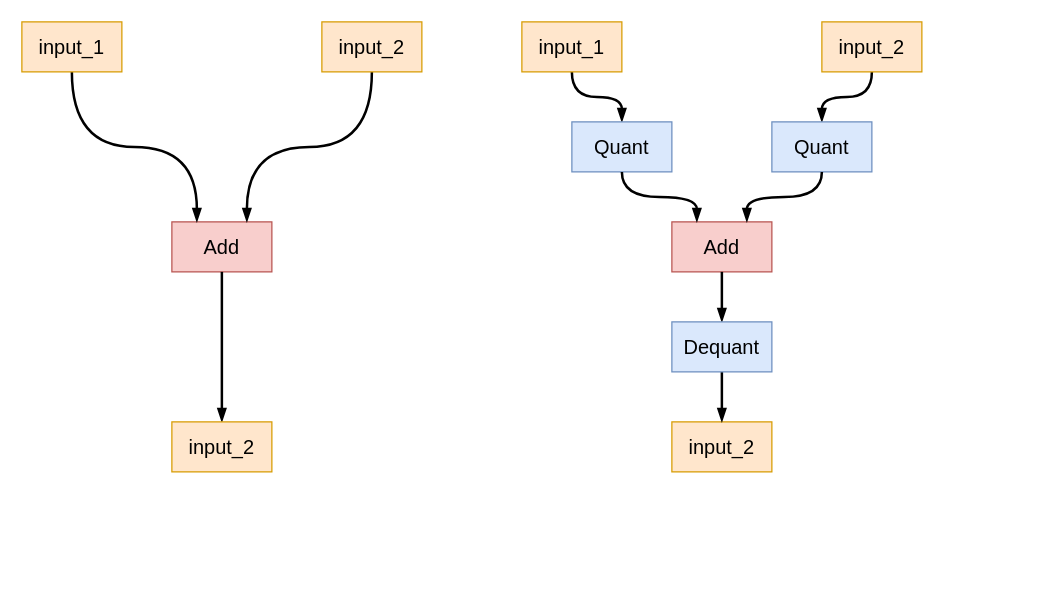
hoangtv2000/document-collection keeps this draw.io diagram as Q.drawio. Above is the earlier version. Source tidied: cells renumbered, new cells numbered last; positions are measured from the earlier drawing's top-left corner, leaving out a move shared by most shapes. Both pictures are drawn from the tidied source at 125%, with x=0, y=0 at pixel (21, 21).
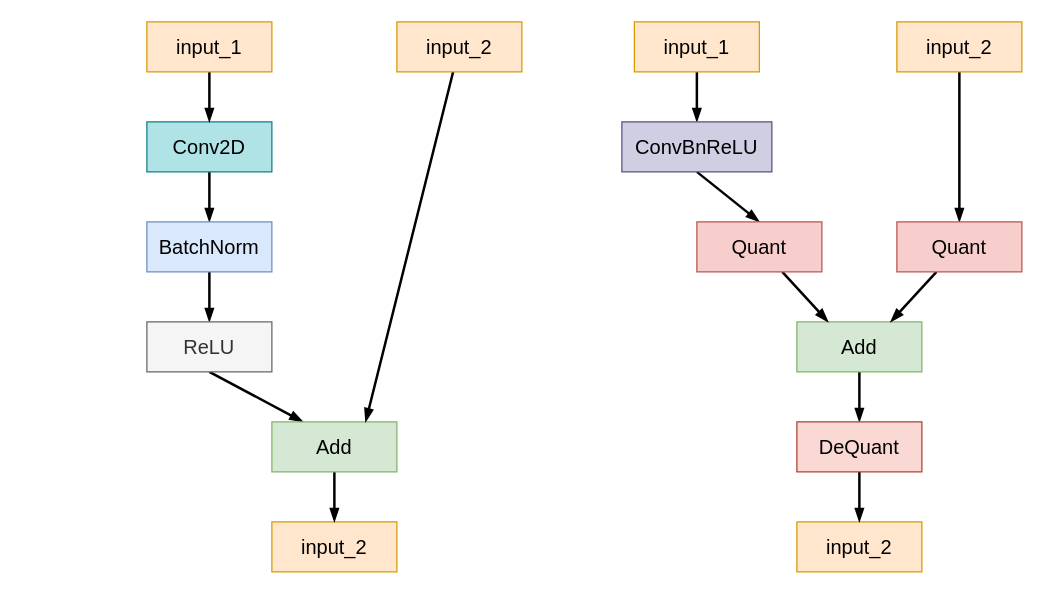
The same diagram, later.

Commit message:
Cập nhật Q.drawio

The edit, as a diff of the source:
```diff
@@
+    <mxCell id="22" style="rounded=0;jettySize=auto;html=1;entryX=0.5;entryY=0;entryDx=0;entryDy=0;strokeWidth=2;endArrow=blockThin;endFill=1;" parent="1" edge="1" source="2" target="24">
+      <mxGeometry relative="1" as="geometry" />
+    </mxCell>
-    <mxCell id="2" value="&lt;font style=&quot;font-size: 16px;&quot;&gt;Add&lt;/font&gt;" style="rounded=0;whiteSpace=wrap;html=1;fillColor=#f8cecc;strokeColor=#b85450;" parent="1" vertex="1">
-      <mxGeometry x="120" y="160" width="80" height="40" as="geometry" />
+    <mxCell id="2" value="&lt;font style=&quot;font-size: 16px;&quot;&gt;Conv2D&lt;/font&gt;" style="rounded=0;whiteSpace=wrap;html=1;fillColor=#b0e3e6;strokeColor=#0e8088;" parent="1" vertex="1">
+      <mxGeometry x="100" y="80" width="100" height="40" as="geometry" />
     </mxCell>
-    <mxCell id="3" style="endArrow=blockThin;html=1;rounded=0;edgeStyle=orthogonalEdgeStyle;curved=1;strokeWidth=2;endFill=1;entryX=0.25;entryY=0;entryDx=0;entryDy=0;exitX=0.5;exitY=1;exitDx=0;exitDy=0;" parent="1" edge="1" source="5" target="2">
+    <mxCell id="3" style="endArrow=blockThin;html=1;rounded=0;strokeWidth=2;endFill=1;entryX=0.5;entryY=0;entryDx=0;entryDy=0;exitX=0.5;exitY=1;exitDx=0;exitDy=0;" parent="1" edge="1" source="5" target="2">
       <mxGeometry relative="1" as="geometry" />
     </mxCell>
-    <mxCell id="4" style="endArrow=blockThin;html=1;rounded=0;edgeStyle=orthogonalEdgeStyle;curved=1;strokeWidth=2;endFill=1;entryX=0.75;entryY=0;entryDx=0;entryDy=0;exitX=0.5;exitY=1;exitDx=0;exitDy=0;" parent="1" edge="1" source="6" target="2">
-      <mxGeometry relative="1" as="geometry" />
-    </mxCell>
     <mxCell id="5" value="&lt;font style=&quot;font-size: 16px;&quot;&gt;input_1&lt;/font&gt;" style="rounded=0;whiteSpace=wrap;html=1;fillColor=#ffe6cc;strokeColor=#d79b00;" parent="1" vertex="1">
-      <mxGeometry width="80" height="40" as="geometry" />
+      <mxGeometry x="100" width="100" height="40" as="geometry" />
     </mxCell>
     <mxCell id="6" value="&lt;span style=&quot;font-size: 16px;&quot;&gt;input_2&lt;/span&gt;" style="rounded=0;whiteSpace=wrap;html=1;fillColor=#ffe6cc;strokeColor=#d79b00;" parent="1" vertex="1">
-      <mxGeometry x="240" width="80" height="40" as="geometry" />
+      <mxGeometry x="200" y="400" width="100" height="40" as="geometry" />
     </mxCell>
-    <mxCell id="7" style="endArrow=blockThin;html=1;rounded=0;edgeStyle=orthogonalEdgeStyle;curved=1;strokeWidth=2;endFill=1;exitX=0.5;exitY=1;exitDx=0;exitDy=0;entryX=0.5;entryY=0;entryDx=0;entryDy=0;" parent="1" edge="1" source="2" target="8">
-      <mxGeometry relative="1" as="geometry" />
-    </mxCell>
-    <mxCell id="8" value="&lt;span style=&quot;font-size: 16px;&quot;&gt;input_2&lt;/span&gt;" style="rounded=0;whiteSpace=wrap;html=1;fillColor=#ffe6cc;strokeColor=#d79b00;" parent="1" vertex="1">
-      <mxGeometry x="120" y="320" width="80" height="40" as="geometry" />
-    </mxCell>
-    <mxCell id="9" value="&lt;font style=&quot;font-size: 16px;&quot;&gt;Add&lt;/font&gt;" style="rounded=0;whiteSpace=wrap;html=1;fillColor=#f8cecc;strokeColor=#b85450;" parent="1" vertex="1">
-      <mxGeometry x="520" y="160" width="80" height="40" as="geometry" />
-    </mxCell>
-    <mxCell id="10" style="endArrow=blockThin;html=1;rounded=0;edgeStyle=orthogonalEdgeStyle;curved=1;strokeWidth=2;endFill=1;exitX=0.5;exitY=1;exitDx=0;exitDy=0;" parent="1" edge="1" source="12" target="16">
-      <mxGeometry relative="1" as="geometry" />
-    </mxCell>
-    <mxCell id="11" style="endArrow=blockThin;html=1;rounded=0;edgeStyle=orthogonalEdgeStyle;curved=1;strokeWidth=2;endFill=1;entryX=0.5;entryY=0;entryDx=0;entryDy=0;exitX=0.5;exitY=1;exitDx=0;exitDy=0;" parent="1" edge="1" source="13" target="18">
-      <mxGeometry relative="1" as="geometry" />
-    </mxCell>
+    <mxCell id="23" style="edgeStyle=none;shape=connector;rounded=0;jettySize=auto;html=1;entryX=0.5;entryY=0;entryDx=0;entryDy=0;strokeColor=default;strokeWidth=2;align=center;verticalAlign=middle;fontFamily=Helvetica;fontSize=11;fontColor=default;labelBackgroundColor=default;endArrow=blockThin;endFill=1;" parent="1" edge="1" source="24" target="26">
+      <mxGeometry relative="1" as="geometry" />
+    </mxCell>
+    <mxCell id="24" value="&lt;span style=&quot;font-size: 16px;&quot;&gt;BatchNorm&lt;/span&gt;" style="rounded=0;whiteSpace=wrap;html=1;fillColor=#dae8fc;strokeColor=#6c8ebf;" parent="1" vertex="1">
+      <mxGeometry x="100" y="160" width="100" height="40" as="geometry" />
+    </mxCell>
+    <mxCell id="25" style="shape=connector;rounded=0;jettySize=auto;html=1;exitX=0.5;exitY=1;exitDx=0;exitDy=0;entryX=0.25;entryY=0;entryDx=0;entryDy=0;strokeColor=default;strokeWidth=2;align=center;verticalAlign=middle;fontFamily=Helvetica;fontSize=11;fontColor=default;labelBackgroundColor=default;endArrow=blockThin;endFill=1;" parent="1" edge="1" source="26" target="28">
+      <mxGeometry relative="1" as="geometry" />
+    </mxCell>
+    <mxCell id="26" value="&lt;span style=&quot;font-size: 16px;&quot;&gt;ReLU&lt;/span&gt;" style="rounded=0;whiteSpace=wrap;html=1;fillColor=#f5f5f5;strokeColor=#666666;fontColor=#333333;" parent="1" vertex="1">
+      <mxGeometry x="100" y="240" width="100" height="40" as="geometry" />
+    </mxCell>
+    <mxCell id="27" style="edgeStyle=none;shape=connector;rounded=0;jettySize=auto;html=1;entryX=0.5;entryY=0;entryDx=0;entryDy=0;strokeColor=default;strokeWidth=2;align=center;verticalAlign=middle;fontFamily=Helvetica;fontSize=11;fontColor=default;labelBackgroundColor=default;endArrow=blockThin;endFill=1;" parent="1" edge="1" source="28" target="6">
+      <mxGeometry relative="1" as="geometry" />
+    </mxCell>
+    <mxCell id="28" value="&lt;font style=&quot;font-size: 16px;&quot;&gt;Add&lt;/font&gt;" style="rounded=0;whiteSpace=wrap;html=1;fillColor=#d5e8d4;strokeColor=#82b366;" parent="1" vertex="1">
+      <mxGeometry x="200" y="320" width="100" height="40" as="geometry" />
+    </mxCell>
+    <mxCell id="29" style="shape=connector;rounded=0;jettySize=auto;html=1;entryX=0.75;entryY=0;entryDx=0;entryDy=0;strokeColor=default;strokeWidth=2;align=center;verticalAlign=middle;fontFamily=Helvetica;fontSize=11;fontColor=default;labelBackgroundColor=default;endArrow=blockThin;endFill=1;elbow=vertical;" parent="1" edge="1" source="30" target="28">
+      <mxGeometry relative="1" as="geometry" />
+    </mxCell>
+    <mxCell id="30" value="&lt;span style=&quot;font-size: 16px;&quot;&gt;input_2&lt;/span&gt;" style="rounded=0;whiteSpace=wrap;html=1;fillColor=#ffe6cc;strokeColor=#d79b00;" parent="1" vertex="1">
+      <mxGeometry x="300" width="100" height="40" as="geometry" />
+    </mxCell>
+    <mxCell id="31" style="endArrow=blockThin;html=1;rounded=0;strokeWidth=2;endFill=1;entryX=0.5;entryY=0;entryDx=0;entryDy=0;exitX=0.5;exitY=1;exitDx=0;exitDy=0;" parent="1" edge="1" source="12" target="34">
+      <mxGeometry relative="1" as="geometry" />
+    </mxCell>
     <mxCell id="12" value="&lt;font style=&quot;font-size: 16px;&quot;&gt;input_1&lt;/font&gt;" style="rounded=0;whiteSpace=wrap;html=1;fillColor=#ffe6cc;strokeColor=#d79b00;" parent="1" vertex="1">
-      <mxGeometry x="400" width="80" height="40" as="geometry" />
+      <mxGeometry x="490" width="100" height="40" as="geometry" />
     </mxCell>
-    <mxCell id="13" value="&lt;span style=&quot;font-size: 16px;&quot;&gt;input_2&lt;/span&gt;" style="rounded=0;whiteSpace=wrap;html=1;fillColor=#ffe6cc;strokeColor=#d79b00;" parent="1" vertex="1">
-      <mxGeometry x="640" width="80" height="40" as="geometry" />
-    </mxCell>
-    <mxCell id="14" style="endArrow=blockThin;html=1;rounded=0;edgeStyle=orthogonalEdgeStyle;curved=1;strokeWidth=2;endFill=1;exitX=0.5;exitY=1;exitDx=0;exitDy=0;entryX=0.5;entryY=0;entryDx=0;entryDy=0;" parent="1" edge="1" source="9" target="21">
-      <mxGeometry relative="1" as="geometry" />
-    </mxCell>
-    <mxCell id="15" value="&lt;span style=&quot;font-size: 16px;&quot;&gt;input_2&lt;/span&gt;" style="rounded=0;whiteSpace=wrap;html=1;fillColor=#ffe6cc;strokeColor=#d79b00;" parent="1" vertex="1">
-      <mxGeometry x="520" y="320" width="80" height="40" as="geometry" />
-    </mxCell>
-    <mxCell id="16" value="&lt;font style=&quot;font-size: 16px;&quot;&gt;Quant&lt;/font&gt;" style="rounded=0;whiteSpace=wrap;html=1;fillColor=#dae8fc;strokeColor=#6c8ebf;" parent="1" vertex="1">
-      <mxGeometry x="440" y="80" width="80" height="40" as="geometry" />
-    </mxCell>
-    <mxCell id="17" style="endArrow=blockThin;html=1;rounded=0;edgeStyle=orthogonalEdgeStyle;curved=1;strokeWidth=2;endFill=1;entryX=0.25;entryY=0;entryDx=0;entryDy=0;exitX=0.5;exitY=1;exitDx=0;exitDy=0;" parent="1" edge="1" source="16" target="9">
-      <mxGeometry relative="1" as="geometry" />
-    </mxCell>
-    <mxCell id="18" value="&lt;font style=&quot;font-size: 16px;&quot;&gt;Quant&lt;/font&gt;" style="rounded=0;whiteSpace=wrap;html=1;fillColor=#dae8fc;strokeColor=#6c8ebf;" parent="1" vertex="1">
-      <mxGeometry x="600" y="80" width="80" height="40" as="geometry" />
-    </mxCell>
-    <mxCell id="19" style="endArrow=blockThin;html=1;rounded=0;edgeStyle=orthogonalEdgeStyle;curved=1;strokeWidth=2;endFill=1;entryX=0.75;entryY=0;entryDx=0;entryDy=0;exitX=0.5;exitY=1;exitDx=0;exitDy=0;" parent="1" edge="1" source="18" target="9">
-      <mxGeometry relative="1" as="geometry" />
-    </mxCell>
-    <mxCell id="20" style="endArrow=blockThin;html=1;rounded=0;edgeStyle=orthogonalEdgeStyle;curved=1;strokeWidth=2;endFill=1;exitX=0.5;exitY=1;exitDx=0;exitDy=0;entryX=0.5;entryY=0;entryDx=0;entryDy=0;" parent="1" edge="1" source="21" target="15">
-      <mxGeometry relative="1" as="geometry" />
-    </mxCell>
-    <mxCell id="21" value="&lt;font style=&quot;font-size: 16px;&quot;&gt;Dequant&lt;/font&gt;" style="rounded=0;whiteSpace=wrap;html=1;fillColor=#dae8fc;strokeColor=#6c8ebf;" parent="1" vertex="1">
-      <mxGeometry x="520" y="240" width="80" height="40" as="geometry" />
-    </mxCell>
+    <mxCell id="32" value="&lt;span style=&quot;font-size: 16px;&quot;&gt;input_2&lt;/span&gt;" style="rounded=0;whiteSpace=wrap;html=1;fillColor=#ffe6cc;strokeColor=#d79b00;" parent="1" vertex="1">
+      <mxGeometry x="620" y="400" width="100" height="40" as="geometry" />
+    </mxCell>
+    <mxCell id="33" style="shape=connector;rounded=0;jettySize=auto;html=1;exitX=0.5;exitY=1;exitDx=0;exitDy=0;entryX=0.5;entryY=0;entryDx=0;entryDy=0;strokeColor=default;strokeWidth=2;align=center;verticalAlign=middle;fontFamily=Helvetica;fontSize=11;fontColor=default;labelBackgroundColor=default;endArrow=blockThin;endFill=1;" parent="1" edge="1" source="34" target="41">
+      <mxGeometry relative="1" as="geometry" />
+    </mxCell>
+    <mxCell id="34" value="&lt;span style=&quot;font-size: 16px;&quot;&gt;ConvBnReLU&lt;/span&gt;" style="rounded=0;whiteSpace=wrap;html=1;fillColor=#d0cee2;strokeColor=#56517e;" parent="1" vertex="1">
+      <mxGeometry x="480" y="80" width="120" height="40" as="geometry" />
+    </mxCell>
+    <mxCell id="35" style="edgeStyle=none;shape=connector;rounded=0;jettySize=auto;html=1;entryX=0.5;entryY=0;entryDx=0;entryDy=0;strokeColor=default;strokeWidth=2;align=center;verticalAlign=middle;fontFamily=Helvetica;fontSize=11;fontColor=default;labelBackgroundColor=default;endArrow=blockThin;endFill=1;exitX=0.5;exitY=1;exitDx=0;exitDy=0;" parent="1" edge="1" source="44" target="32">
+      <mxGeometry relative="1" as="geometry" />
+    </mxCell>
+    <mxCell id="36" style="edgeStyle=none;shape=connector;rounded=0;jettySize=auto;html=1;entryX=0.5;entryY=0;entryDx=0;entryDy=0;strokeColor=default;strokeWidth=2;align=center;verticalAlign=middle;fontFamily=Helvetica;fontSize=11;fontColor=default;labelBackgroundColor=default;endArrow=blockThin;endFill=1;" parent="1" edge="1" source="37" target="44">
+      <mxGeometry relative="1" as="geometry" />
+    </mxCell>
+    <mxCell id="37" value="&lt;font style=&quot;font-size: 16px;&quot;&gt;Add&lt;/font&gt;" style="rounded=0;whiteSpace=wrap;html=1;fillColor=#d5e8d4;strokeColor=#82b366;" parent="1" vertex="1">
+      <mxGeometry x="620" y="240" width="100" height="40" as="geometry" />
+    </mxCell>
+    <mxCell id="38" style="edgeStyle=orthogonalEdgeStyle;shape=connector;rounded=0;jettySize=auto;html=1;entryX=0.5;entryY=0;entryDx=0;entryDy=0;strokeColor=default;strokeWidth=2;align=center;verticalAlign=middle;fontFamily=Helvetica;fontSize=11;fontColor=default;labelBackgroundColor=default;endArrow=blockThin;endFill=1;curved=1;" parent="1" edge="1" source="39" target="43">
+      <mxGeometry relative="1" as="geometry" />
+    </mxCell>
+    <mxCell id="39" value="&lt;span style=&quot;font-size: 16px;&quot;&gt;input_2&lt;/span&gt;" style="rounded=0;whiteSpace=wrap;html=1;fillColor=#ffe6cc;strokeColor=#d79b00;" parent="1" vertex="1">
+      <mxGeometry x="700" width="100" height="40" as="geometry" />
+    </mxCell>
+    <mxCell id="40" style="shape=connector;rounded=0;jettySize=auto;html=1;entryX=0.25;entryY=0;entryDx=0;entryDy=0;strokeColor=default;strokeWidth=2;align=center;verticalAlign=middle;fontFamily=Helvetica;fontSize=11;fontColor=default;labelBackgroundColor=default;endArrow=blockThin;endFill=1;" parent="1" edge="1" source="41" target="37">
+      <mxGeometry relative="1" as="geometry" />
+    </mxCell>
+    <mxCell id="41" value="&lt;font style=&quot;font-size: 16px;&quot;&gt;Quant&lt;/font&gt;" style="rounded=0;whiteSpace=wrap;html=1;fillColor=#f8cecc;strokeColor=#b85450;" parent="1" vertex="1">
+      <mxGeometry x="540" y="160" width="100" height="40" as="geometry" />
+    </mxCell>
+    <mxCell id="42" style="edgeStyle=none;shape=connector;rounded=0;jettySize=auto;html=1;entryX=0.75;entryY=0;entryDx=0;entryDy=0;strokeColor=default;strokeWidth=2;align=center;verticalAlign=middle;fontFamily=Helvetica;fontSize=11;fontColor=default;labelBackgroundColor=default;endArrow=blockThin;endFill=1;" parent="1" edge="1" source="43" target="37">
+      <mxGeometry relative="1" as="geometry" />
+    </mxCell>
+    <mxCell id="43" value="&lt;font style=&quot;font-size: 16px;&quot;&gt;Quant&lt;/font&gt;" style="rounded=0;whiteSpace=wrap;html=1;fillColor=#f8cecc;strokeColor=#b85450;" parent="1" vertex="1">
+      <mxGeometry x="700" y="160" width="100" height="40" as="geometry" />
+    </mxCell>
+    <mxCell id="44" value="&lt;font style=&quot;font-size: 16px;&quot;&gt;DeQuant&lt;/font&gt;" style="rounded=0;whiteSpace=wrap;html=1;fillColor=#fad9d5;strokeColor=#ae4132;" parent="1" vertex="1">
+      <mxGeometry x="620" y="320" width="100" height="40" as="geometry" />
+    </mxCell>
```
